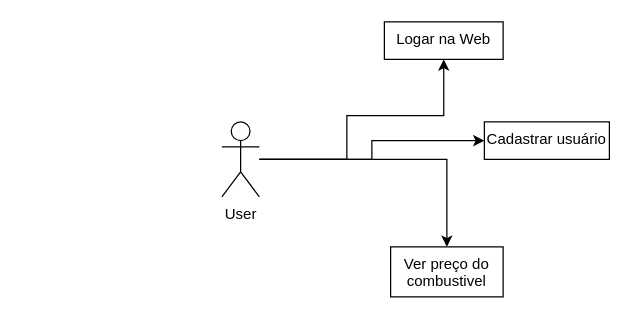
This is Documentação/Diagramas/Diagrama_caso_uso.drawio from LeozinRomeiro/Defray_Cost_Fuel, a draw.io file, before an edit. Source tidied: cells renumbered, new cells numbered last; positions are measured from the earlier drawing's top-left corner, leaving out a move shared by most shapes. Both pictures are drawn from the tidied source at 125%, with x=0, y=0 at pixel (221, 21).
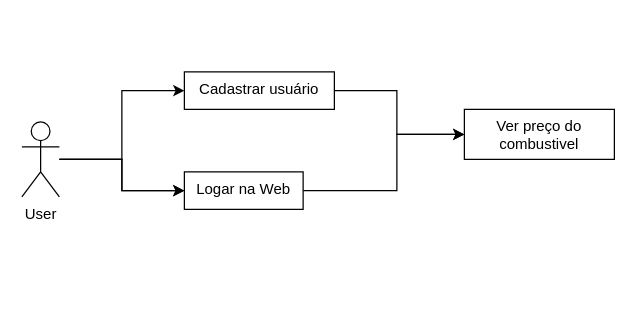
The same page after the edit.

Commit message:
1.5 Ajustando fluxo

Diff of the diagram source:
```diff
@@
 <mxGraphModel>
   <root>
     <mxCell id="0" />
     <mxCell id="1" parent="0" />
-    <mxCell id="2" style="edgeStyle=orthogonalEdgeStyle;rounded=0;jettySize=auto;html=1;" parent="1" edge="1" source="5" target="6">
-      <mxGeometry relative="1" as="geometry">
-        <Array as="points">
-          <mxPoint x="100" y="110" />
-          <mxPoint x="100" y="75" />
-        </Array>
-      </mxGeometry>
-    </mxCell>
-    <mxCell id="3" style="edgeStyle=orthogonalEdgeStyle;rounded=0;jettySize=auto;html=1;" parent="1" edge="1" source="5" target="7">
-      <mxGeometry relative="1" as="geometry" />
-    </mxCell>
+    <mxCell id="9" style="edgeStyle=orthogonalEdgeStyle;rounded=0;jettySize=auto;html=1;entryX=0;entryY=0.5;entryDx=0;entryDy=0;" parent="1" edge="1" source="5" target="6">
+      <mxGeometry relative="1" as="geometry" />
+    </mxCell>
+    <mxCell id="10" style="edgeStyle=orthogonalEdgeStyle;rounded=0;jettySize=auto;html=1;" parent="1" edge="1" source="5" target="6">
+      <mxGeometry relative="1" as="geometry" />
+    </mxCell>
-    <mxCell id="4" style="edgeStyle=orthogonalEdgeStyle;rounded=0;jettySize=auto;html=1;" parent="1" edge="1" source="5" target="8">
-      <mxGeometry relative="1" as="geometry" />
+    <mxCell id="4" style="edgeStyle=orthogonalEdgeStyle;rounded=0;jettySize=auto;html=1;entryX=0;entryY=0.5;entryDx=0;entryDy=0;" parent="1" edge="1" source="5" target="8">
+      <mxGeometry relative="1" as="geometry">
+        <Array as="points">
+          <mxPoint x="-80" y="110" />
+          <mxPoint x="-80" y="55" />
+        </Array>
+      </mxGeometry>
     </mxCell>
     <mxCell id="5" value="User" style="shape=umlActor;verticalLabelPosition=bottom;verticalAlign=top;html=1;" parent="1" vertex="1">
-      <mxGeometry y="80" width="30" height="60" as="geometry" />
+      <mxGeometry x="-160" y="80" width="30" height="60" as="geometry" />
     </mxCell>
+    <mxCell id="11" style="edgeStyle=orthogonalEdgeStyle;rounded=0;jettySize=auto;html=1;entryX=0;entryY=0.5;entryDx=0;entryDy=0;" parent="1" edge="1" source="6" target="7">
+      <mxGeometry relative="1" as="geometry">
+        <Array as="points">
+          <mxPoint x="140" y="135" />
+          <mxPoint x="140" y="90" />
+        </Array>
+      </mxGeometry>
+    </mxCell>
     <mxCell id="6" value="Logar na Web" style="whiteSpace=wrap;html=1;verticalAlign=top;" parent="1" vertex="1">
-      <mxGeometry x="130" width="95" height="30" as="geometry" />
+      <mxGeometry x="-30" y="120" width="95" height="30" as="geometry" />
     </mxCell>
     <mxCell id="7" value="Ver preço do combustivel" style="whiteSpace=wrap;html=1;verticalAlign=top;" parent="1" vertex="1">
-      <mxGeometry x="135" y="180" width="90" height="40" as="geometry" />
+      <mxGeometry x="194" y="70" width="120" height="40" as="geometry" />
     </mxCell>
+    <mxCell id="12" style="edgeStyle=orthogonalEdgeStyle;rounded=0;jettySize=auto;html=1;entryX=0;entryY=0.5;entryDx=0;entryDy=0;" parent="1" edge="1" source="8" target="7">
+      <mxGeometry relative="1" as="geometry">
+        <Array as="points">
+          <mxPoint x="140" y="55" />
+          <mxPoint x="140" y="90" />
+        </Array>
+      </mxGeometry>
+    </mxCell>
     <mxCell id="8" value="Cadastrar usuário" style="whiteSpace=wrap;html=1;verticalAlign=top;" parent="1" vertex="1">
-      <mxGeometry x="210" y="80" width="100" height="30" as="geometry" />
+      <mxGeometry x="-30" y="40" width="120" height="30" as="geometry" />
     </mxCell>
   </root>
 </mxGraphModel>
```
